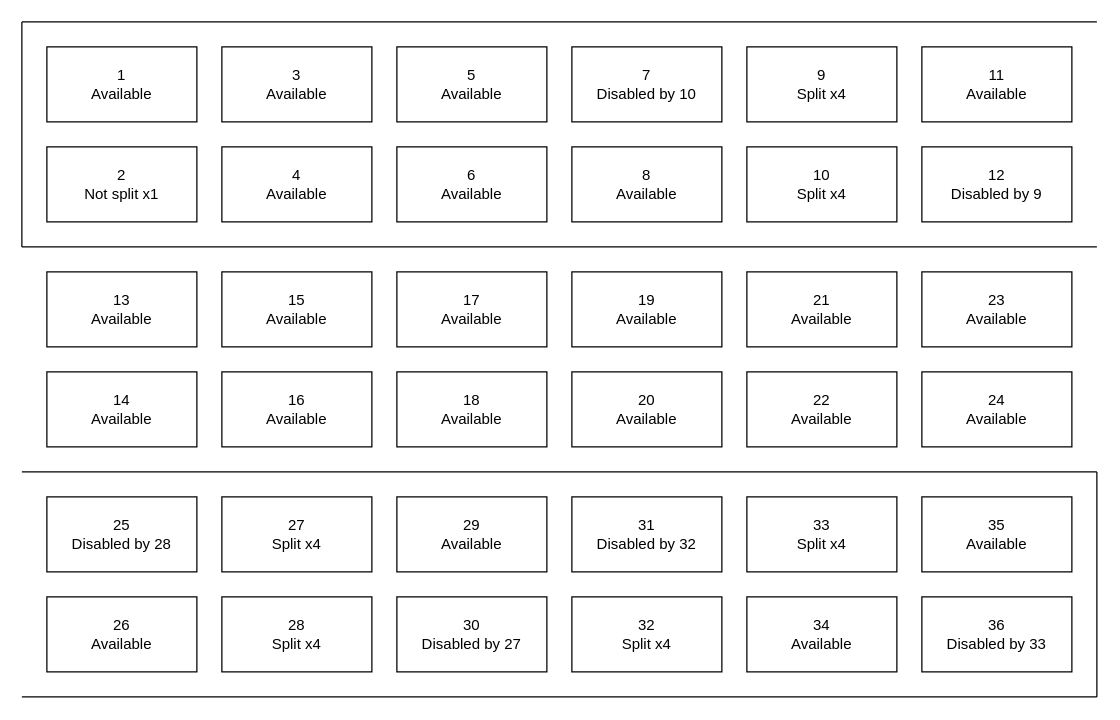
solidDoWant/infra-mk3 keeps this draw.io diagram as docs/assets/drawio/sx6036-port-split.drawio. Above is the earlier version. Source tidied: cells renumbered, new cells numbered last; positions are measured from the earlier drawing's top-left corner, leaving out a move shared by most shapes. Both pictures are drawn from the tidied source at 125%, with x=0, y=0 at pixel (21, 21).
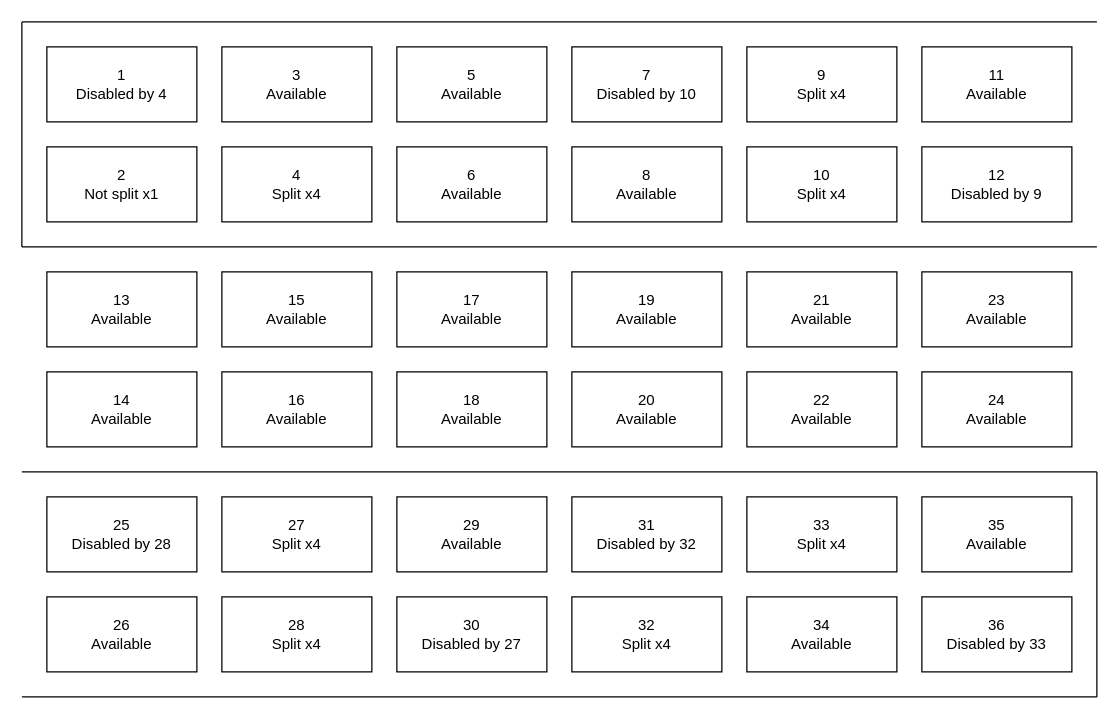
The same diagram, later.

Commit message (it also covers changes not shown here):
Updated diagrams to match physical install

The edit, as a diff of the source:
```diff
@@
-    <mxCell id="3" value="1&lt;br&gt;Available" style="rounded=0;whiteSpace=wrap;html=1;perimeterSpacing=0;" parent="1" vertex="1">
+    <mxCell id="3" value="1&lt;br&gt;Disabled by 4" style="rounded=0;whiteSpace=wrap;html=1;perimeterSpacing=0;" parent="1" vertex="1">
       <mxGeometry x="20" y="20" width="120" height="60" as="geometry" />
     </mxCell>
@@
-    <mxCell id="10" value="4&lt;br&gt;Available" style="rounded=0;whiteSpace=wrap;html=1;" parent="1" vertex="1">
+    <mxCell id="10" value="4&lt;br&gt;Split x4" style="rounded=0;whiteSpace=wrap;html=1;" parent="1" vertex="1">
       <mxGeometry x="160" y="100" width="120" height="60" as="geometry" />
     </mxCell>
```
